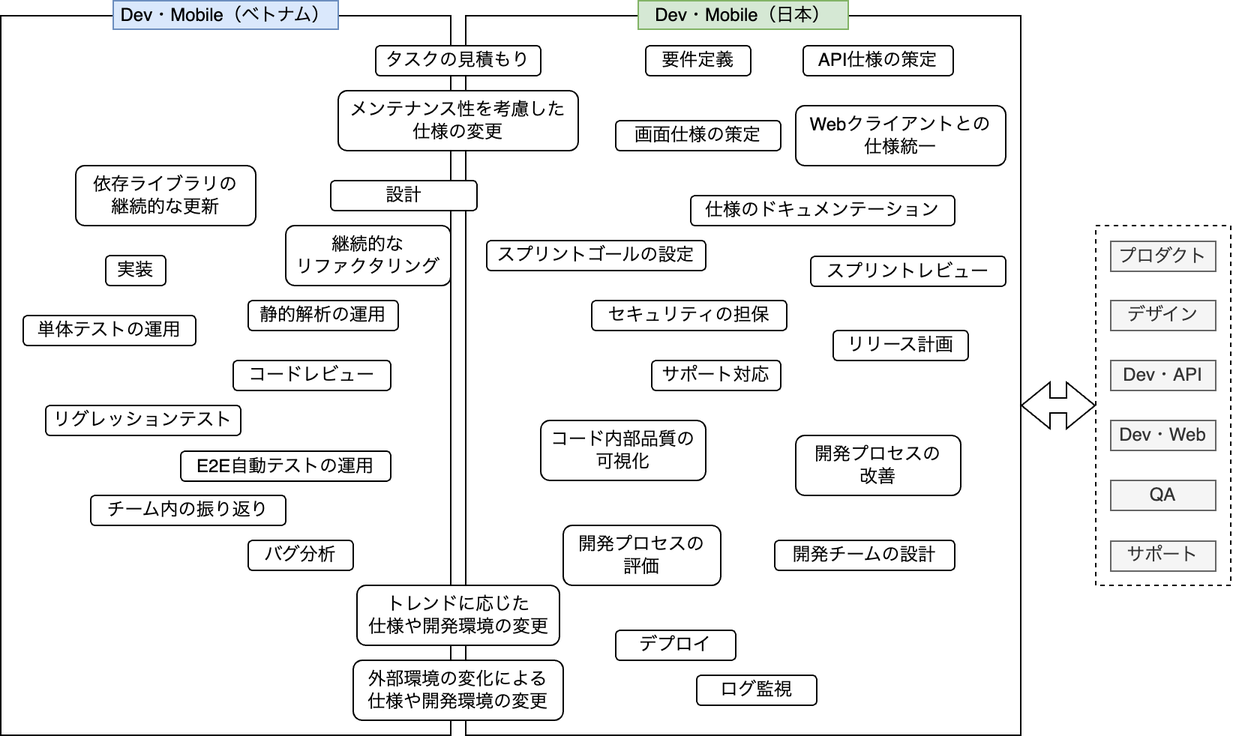
Above: images/continuous-delivery-by-multinational-team/domain.png in shotaIDE/zenn (draw.io), before the change. Source tidied: cells renumbered, new cells last; positions are measured from the earlier drawing's top-left corner, leaving out a move shared by most shapes.
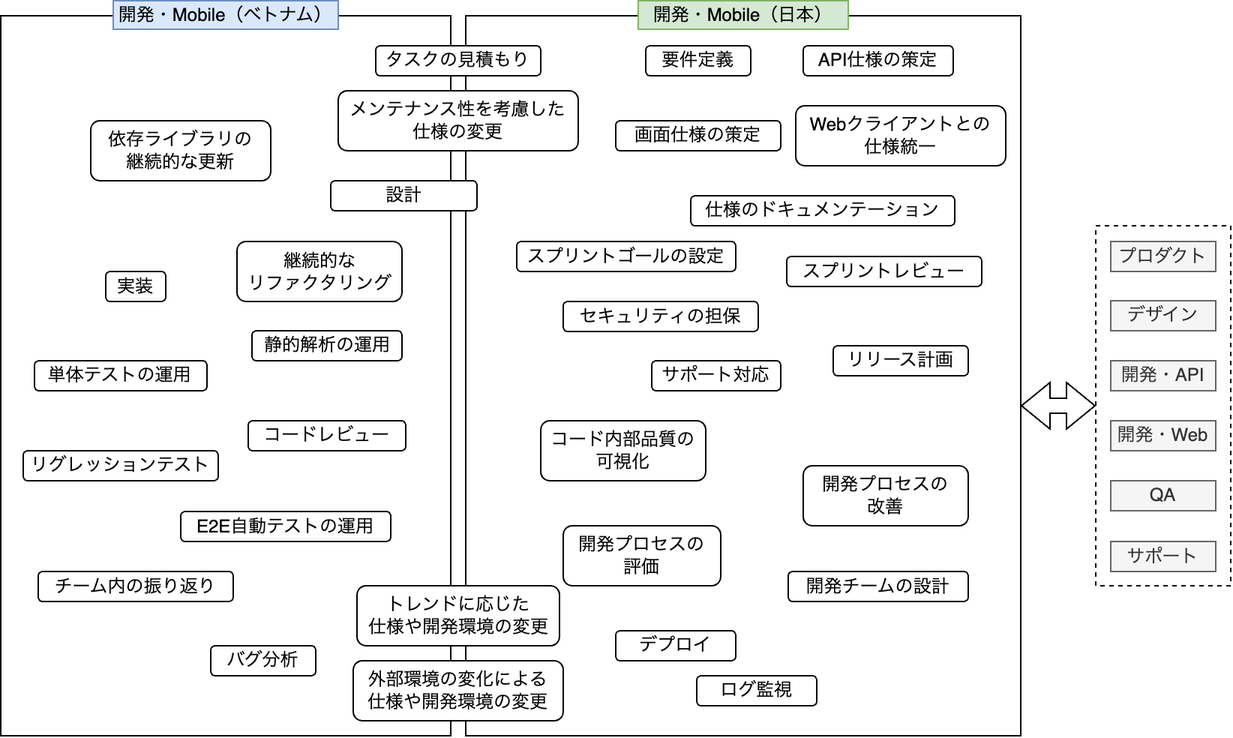
Above is the later version.

What changed in the source:
```diff
@@ -15,46 +15,46 @@
       <mxGeometry x="220" y="120" width="97.5" height="20" as="geometry" />
     </mxCell>
     <mxCell id="6" value="実装" style="rounded=1;whiteSpace=wrap;html=1;" parent="1" vertex="1">
-      <mxGeometry x="70" y="170" width="40" height="20" as="geometry" />
+      <mxGeometry x="70" y="180.5" width="40" height="20" as="geometry" />
     </mxCell>
     <mxCell id="7" value="リグレッションテスト" style="rounded=1;whiteSpace=wrap;html=1;" parent="1" vertex="1">
-      <mxGeometry x="30" y="270" width="130" height="20" as="geometry" />
+      <mxGeometry x="15" y="300" width="130" height="20" as="geometry" />
     </mxCell>
     <mxCell id="8" value="継続的な&lt;br&gt;リファクタリング" style="rounded=1;whiteSpace=wrap;html=1;" parent="1" vertex="1">
-      <mxGeometry x="190" y="150" width="110" height="40" as="geometry" />
+      <mxGeometry x="157.5" y="160.5" width="110" height="40" as="geometry" />
     </mxCell>
     <mxCell id="9" value="バグ分析" style="rounded=1;whiteSpace=wrap;html=1;" parent="1" vertex="1">
-      <mxGeometry x="165" y="360" width="70" height="20" as="geometry" />
+      <mxGeometry x="140" y="430" width="70" height="20" as="geometry" />
     </mxCell>
     <mxCell id="10" value="チーム内の振り返り" style="rounded=1;whiteSpace=wrap;html=1;" parent="1" vertex="1">
-      <mxGeometry x="60" y="330" width="130" height="20" as="geometry" />
+      <mxGeometry x="25" y="380.5" width="130" height="20" as="geometry" />
     </mxCell>
     <mxCell id="11" value="依存ライブラリの&lt;br&gt;継続的な更新" style="rounded=1;whiteSpace=wrap;html=1;" parent="1" vertex="1">
-      <mxGeometry x="50" y="110" width="120" height="40" as="geometry" />
+      <mxGeometry x="60" y="80" width="120" height="40" as="geometry" />
     </mxCell>
     <mxCell id="12" value="単体テストの運用" style="rounded=1;whiteSpace=wrap;html=1;" parent="1" vertex="1">
-      <mxGeometry x="15" y="210" width="115" height="20" as="geometry" />
+      <mxGeometry x="22.5" y="240" width="115" height="20" as="geometry" />
     </mxCell>
     <mxCell id="13" value="E2E自動テストの運用" style="rounded=1;whiteSpace=wrap;html=1;" parent="1" vertex="1">
-      <mxGeometry x="120" y="300.5" width="140" height="20" as="geometry" />
+      <mxGeometry x="120" y="340.5" width="140" height="20" as="geometry" />
     </mxCell>
     <mxCell id="14" value="静的解析の運用" style="rounded=1;whiteSpace=wrap;html=1;" parent="1" vertex="1">
-      <mxGeometry x="165" y="200" width="100" height="20" as="geometry" />
+      <mxGeometry x="167.5" y="220" width="100" height="20" as="geometry" />
     </mxCell>
     <mxCell id="15" value="タスクの見積もり" style="rounded=1;whiteSpace=wrap;html=1;" parent="1" vertex="1">
       <mxGeometry x="250" y="30" width="110" height="20" as="geometry" />
     </mxCell>
     <mxCell id="16" value="コードレビュー" style="rounded=1;whiteSpace=wrap;html=1;" parent="1" vertex="1">
-      <mxGeometry x="155" y="240" width="105" height="20" as="geometry" />
+      <mxGeometry x="165" y="280" width="105" height="20" as="geometry" />
     </mxCell>
     <mxCell id="17" value="スプリントゴールの設定" style="rounded=1;whiteSpace=wrap;html=1;" parent="1" vertex="1">
-      <mxGeometry x="324" y="160" width="146" height="20" as="geometry" />
+      <mxGeometry x="344" y="160.5" width="146" height="20" as="geometry" />
     </mxCell>
     <mxCell id="18" value="要件定義" style="rounded=1;whiteSpace=wrap;html=1;" parent="1" vertex="1">
       <mxGeometry x="430" y="30" width="70" height="20" as="geometry" />
     </mxCell>
     <mxCell id="19" value="スプリントレビュー" style="rounded=1;whiteSpace=wrap;html=1;" parent="1" vertex="1">
-      <mxGeometry x="540" y="170.5" width="130" height="20" as="geometry" />
+      <mxGeometry x="524" y="170.5" width="130" height="20" as="geometry" />
     </mxCell>
     <mxCell id="20" value="画面仕様の策定" style="rounded=1;whiteSpace=wrap;html=1;" parent="1" vertex="1">
       <mxGeometry x="410" y="80" width="110" height="20" as="geometry" />
@@ -78,7 +78,7 @@
       <mxGeometry x="375" y="350" width="105" height="40" as="geometry" />
     </mxCell>
     <mxCell id="27" value="開発チームの設計" style="rounded=1;whiteSpace=wrap;html=1;" parent="1" vertex="1">
-      <mxGeometry x="516" y="360" width="120" height="20" as="geometry" />
+      <mxGeometry x="525" y="380.5" width="120" height="20" as="geometry" />
     </mxCell>
     <mxCell id="28" value="仕様のドキュメンテーション" style="rounded=1;whiteSpace=wrap;html=1;" parent="1" vertex="1">
       <mxGeometry x="460" y="130" width="176" height="20" as="geometry" />
@@ -87,7 +87,7 @@
       <mxGeometry x="434" y="240" width="86" height="20" as="geometry" />
     </mxCell>
     <mxCell id="30" value="開発プロセスの&lt;br&gt;改善" style="rounded=1;whiteSpace=wrap;html=1;" parent="1" vertex="1">
-      <mxGeometry x="530" y="290" width="110" height="40" as="geometry" />
+      <mxGeometry x="535" y="310" width="110" height="40" as="geometry" />
     </mxCell>
     <mxCell id="31" value="トレンドに応じた&lt;br&gt;仕様や開発環境の変更" style="rounded=1;whiteSpace=wrap;html=1;" parent="1" vertex="1">
       <mxGeometry x="237.5" y="390" width="135" height="40" as="geometry" />
@@ -95,20 +95,20 @@
     <mxCell id="32" value="外部環境の変化による&lt;br&gt;仕様や開発環境の変更" style="rounded=1;whiteSpace=wrap;html=1;" parent="1" vertex="1">
       <mxGeometry x="235" y="440" width="140" height="40" as="geometry" />
     </mxCell>
-    <mxCell id="33" value="Dev・Mobile（ベトナム）" style="rounded=0;whiteSpace=wrap;html=1;fillColor=#dae8fc;strokeColor=#6c8ebf;" parent="1" vertex="1">
+    <mxCell id="33" value="開発・Mobile（ベトナム）" style="rounded=0;whiteSpace=wrap;html=1;fillColor=#dae8fc;strokeColor=#6c8ebf;" parent="1" vertex="1">
       <mxGeometry x="75" width="150" height="19" as="geometry" />
     </mxCell>
-    <mxCell id="34" value="Dev・Mobile（日本）" style="rounded=0;whiteSpace=wrap;html=1;fillColor=#d5e8d4;strokeColor=#82b366;" parent="1" vertex="1">
+    <mxCell id="34" value="開発・Mobile（日本）" style="rounded=0;whiteSpace=wrap;html=1;fillColor=#d5e8d4;strokeColor=#82b366;" parent="1" vertex="1">
       <mxGeometry x="425" width="140" height="19" as="geometry" />
     </mxCell>
     <mxCell id="35" value="メンテナンス性を考慮した&lt;br&gt;仕様の変更" style="rounded=1;whiteSpace=wrap;html=1;" parent="1" vertex="1">
       <mxGeometry x="225" y="60" width="160" height="40" as="geometry" />
     </mxCell>
     <mxCell id="36" value="セキュリティの担保" style="rounded=1;whiteSpace=wrap;html=1;" parent="1" vertex="1">
-      <mxGeometry x="394" y="200" width="130" height="20" as="geometry" />
+      <mxGeometry x="375" y="200.5" width="130" height="20" as="geometry" />
     </mxCell>
     <mxCell id="37" value="リリース計画" style="rounded=1;whiteSpace=wrap;html=1;" parent="1" vertex="1">
-      <mxGeometry x="555" y="220" width="90" height="20" as="geometry" />
+      <mxGeometry x="555" y="230" width="90" height="20" as="geometry" />
     </mxCell>
     <mxCell id="38" value="プロダクト" style="rounded=0;whiteSpace=wrap;html=1;fillColor=#f5f5f5;strokeColor=#666666;fontColor=#333333;" parent="1" vertex="1">
       <mxGeometry x="740" y="160.5" width="70" height="20" as="geometry" />
@@ -122,10 +122,10 @@
     <mxCell id="41" value="QA" style="rounded=0;whiteSpace=wrap;html=1;fillColor=#f5f5f5;strokeColor=#666666;fontColor=#333333;" parent="1" vertex="1">
       <mxGeometry x="740" y="320" width="70" height="20" as="geometry" />
     </mxCell>
-    <mxCell id="42" value="Dev・API" style="rounded=0;whiteSpace=wrap;html=1;fillColor=#f5f5f5;strokeColor=#666666;fontColor=#333333;" parent="1" vertex="1">
+    <mxCell id="42" value="開発・API" style="rounded=0;whiteSpace=wrap;html=1;fillColor=#f5f5f5;strokeColor=#666666;fontColor=#333333;" parent="1" vertex="1">
       <mxGeometry x="740" y="240" width="70" height="20" as="geometry" />
     </mxCell>
-    <mxCell id="43" value="Dev・Web" style="rounded=0;whiteSpace=wrap;html=1;fillColor=#f5f5f5;strokeColor=#666666;fontColor=#333333;" parent="1" vertex="1">
+    <mxCell id="43" value="開発・Web" style="rounded=0;whiteSpace=wrap;html=1;fillColor=#f5f5f5;strokeColor=#666666;fontColor=#333333;" parent="1" vertex="1">
       <mxGeometry x="740" y="280" width="70" height="20" as="geometry" />
     </mxCell>
     <mxCell id="44" style="shape=flexArrow;endArrow=classic;startArrow=classic;html=1;rounded=0;" parent="1" edge="1">
```
